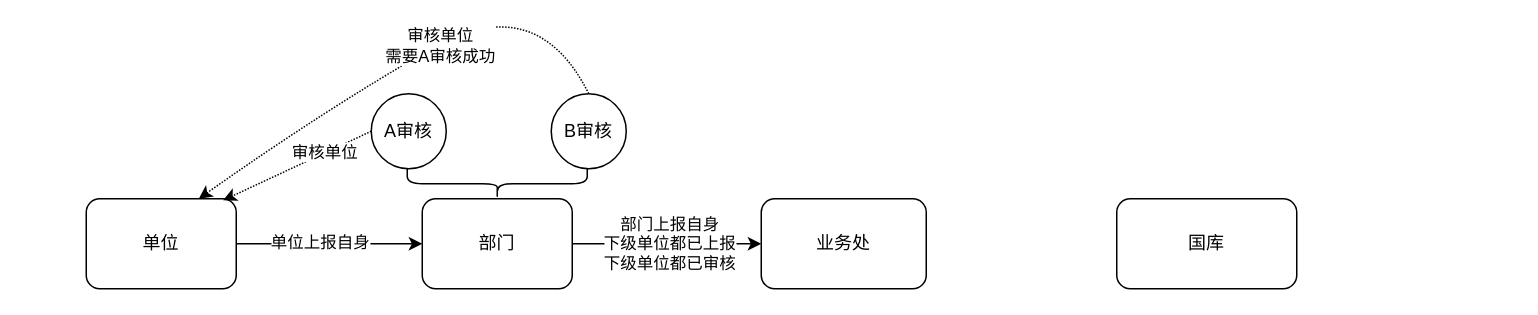
1148118271/images keeps this draw.io diagram as 普通审核.drawio. Above is the earlier version. Source tidied: cells renumbered, new cells numbered last; positions are measured from the earlier drawing's top-left corner, leaving out a move shared by most shapes. Both pictures are drawn from the tidied source at 150%, with x=0, y=0 at pixel (86, -12).
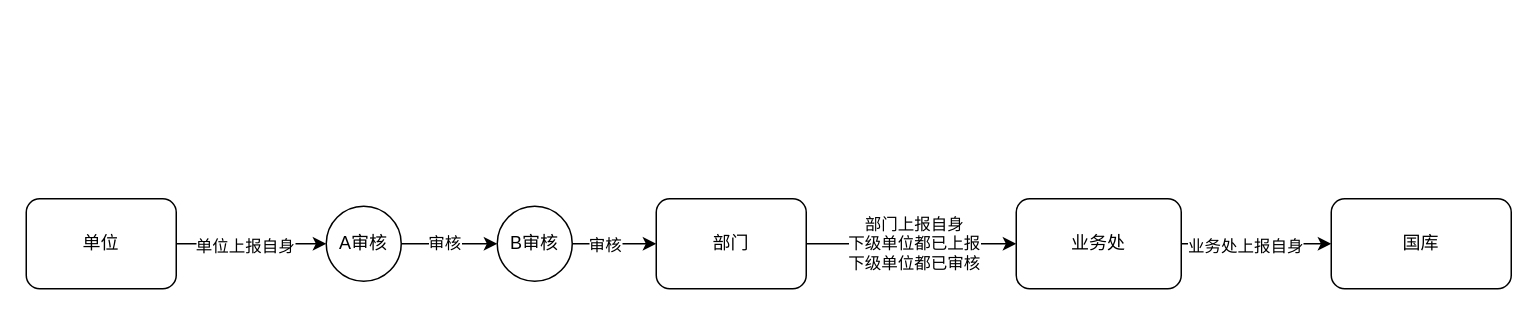
The same diagram, later.

Commit message:
更新普通审核.drawio

Diff of the diagram source:
```diff
@@
 <mxGraphModel>
   <root>
     <mxCell id="0" />
     <mxCell id="1" parent="0" />
+    <mxCell id="17" style="edgeStyle=orthogonalEdgeStyle;rounded=0;jettySize=auto;html=1;" parent="1" edge="1" source="2" target="6">
+      <mxGeometry relative="1" as="geometry" />
+    </mxCell>
+    <mxCell id="9" value="单位上报自身" style="edgeLabel;html=1;align=center;verticalAlign=middle;" parent="17" vertex="1">
+      <mxGeometry x="-0.1" y="-1" relative="1" as="geometry" />
+    </mxCell>
     <mxCell id="2" value="单位" style="rounded=1;whiteSpace=wrap;html=1;" parent="1" vertex="1">
-      <mxGeometry y="140" width="100" height="60" as="geometry" />
+      <mxGeometry x="-40" y="140" width="100" height="60" as="geometry" />
     </mxCell>
     <mxCell id="3" value="部门" style="rounded=1;whiteSpace=wrap;html=1;" parent="1" vertex="1">
-      <mxGeometry x="224" y="140" width="100" height="60" as="geometry" />
+      <mxGeometry x="380" y="140" width="100" height="60" as="geometry" />
     </mxCell>
     <mxCell id="4" value="业务处" style="rounded=1;whiteSpace=wrap;html=1;" parent="1" vertex="1">
-      <mxGeometry x="450" y="140" width="110" height="60" as="geometry" />
+      <mxGeometry x="620" y="140" width="110" height="60" as="geometry" />
     </mxCell>
     <mxCell id="5" value="国库" style="rounded=1;whiteSpace=wrap;html=1;" parent="1" vertex="1">
-      <mxGeometry x="687" y="140" width="120" height="60" as="geometry" />
+      <mxGeometry x="830" y="140" width="120" height="60" as="geometry" />
     </mxCell>
+    <mxCell id="18" style="edgeStyle=orthogonalEdgeStyle;rounded=0;jettySize=auto;html=1;" parent="1" edge="1" source="6" target="7">
+      <mxGeometry relative="1" as="geometry" />
+    </mxCell>
+    <mxCell id="19" value="审核" style="edgeLabel;html=1;align=center;verticalAlign=middle;" parent="18" vertex="1">
+      <mxGeometry x="-0.12" y="1" relative="1" as="geometry" />
+    </mxCell>
     <mxCell id="6" value="A审核" style="ellipse;whiteSpace=wrap;html=1;" parent="1" vertex="1">
-      <mxGeometry x="190" y="70" width="50" height="50" as="geometry" />
+      <mxGeometry x="160" y="145" width="50" height="50" as="geometry" />
     </mxCell>
+    <mxCell id="20" style="edgeStyle=orthogonalEdgeStyle;rounded=0;jettySize=auto;html=1;" parent="1" edge="1" source="7" target="3">
+      <mxGeometry relative="1" as="geometry" />
+    </mxCell>
+    <mxCell id="21" value="审核" style="edgeLabel;html=1;align=center;verticalAlign=middle;" parent="20" vertex="1">
+      <mxGeometry x="-0.26" relative="1" as="geometry" />
+    </mxCell>
     <mxCell id="7" value="B审核" style="ellipse;whiteSpace=wrap;html=1;" parent="1" vertex="1">
-      <mxGeometry x="310" y="70" width="50" height="50" as="geometry" />
+      <mxGeometry x="274" y="145" width="50" height="50" as="geometry" />
     </mxCell>
-    <mxCell id="8" style="endArrow=classic;html=1;rounded=0;exitX=1;exitY=0.5;exitDx=0;exitDy=0;entryX=0;entryY=0.5;entryDx=0;entryDy=0;" parent="1" edge="1" source="2" target="3">
-      <mxGeometry relative="1" as="geometry" />
-    </mxCell>
-    <mxCell id="9" value="单位上报自身" style="edgeLabel;html=1;align=center;verticalAlign=middle;" parent="8" vertex="1">
-      <mxGeometry x="-0.11" y="2" relative="1" as="geometry" />
-    </mxCell>
     <mxCell id="10" style="endArrow=classic;html=1;rounded=0;exitX=1;exitY=0.5;exitDx=0;exitDy=0;entryX=0;entryY=0.5;entryDx=0;entryDy=0;" parent="1" edge="1" source="3" target="4">
       <mxGeometry relative="1" as="geometry" />
     </mxCell>
     <mxCell id="11" value="部门上报自身&lt;div&gt;下级单位都已上报&lt;/div&gt;&lt;div&gt;下级单位都已审核&lt;/div&gt;" style="edgeLabel;html=1;align=center;verticalAlign=middle;" parent="10" vertex="1">
       <mxGeometry x="0.02" y="1" relative="1" as="geometry" />
     </mxCell>
-    <mxCell id="12" style="shape=curlyBracket;whiteSpace=wrap;html=1;rounded=1;flipH=1;labelPosition=right;verticalLabelPosition=middle;align=left;verticalAlign=middle;size=0.5;rotation=90;" parent="1" vertex="1">
-      <mxGeometry x="264" y="70" width="20" height="120" as="geometry" />
-    </mxCell>
-    <mxCell id="13" style="endArrow=classic;html=1;rounded=0;exitX=0;exitY=0.5;exitDx=0;exitDy=0;entryX=0.913;entryY=0.017;entryDx=0;entryDy=0;entryPerimeter=0;dashed=1;dashPattern=1 1;" parent="1" edge="1" source="6" target="2">
-      <mxGeometry relative="1" as="geometry" />
-    </mxCell>
-    <mxCell id="14" value="审核单位" style="edgeLabel;html=1;align=center;verticalAlign=middle;" parent="13" vertex="1">
-      <mxGeometry x="-0.38" y="-1" relative="1" as="geometry" />
-    </mxCell>
-    <mxCell id="15" style="curved=1;endArrow=classic;html=1;rounded=0;exitX=0.5;exitY=0;exitDx=0;exitDy=0;entryX=0.75;entryY=0;entryDx=0;entryDy=0;dashed=1;dashPattern=1 1;" parent="1" edge="1" source="7" target="2">
-      <mxGeometry relative="1" as="geometry">
-        <Array as="points">
-          <mxPoint x="300" />
-          <mxPoint x="160" y="80" />
-        </Array>
-      </mxGeometry>
-    </mxCell>
-    <mxCell id="16" value="审核单位&lt;div&gt;需要A审核成功&lt;/div&gt;" style="edgeLabel;html=1;align=center;verticalAlign=middle;" parent="15" vertex="1">
-      <mxGeometry x="-0.11" y="1" relative="1" as="geometry" />
-    </mxCell>
+    <mxCell id="22" style="endArrow=classic;html=1;rounded=0;entryX=0;entryY=0.5;entryDx=0;entryDy=0;exitX=1;exitY=0.5;exitDx=0;exitDy=0;" parent="1" edge="1" source="4" target="5">
+      <mxGeometry relative="1" as="geometry" />
+    </mxCell>
+    <mxCell id="23" value="业务处上报自身" style="edgeLabel;html=1;align=center;verticalAlign=middle;" parent="22" vertex="1">
+      <mxGeometry x="-0.17" y="-1" relative="1" as="geometry" />
+    </mxCell>
   </root>
 </mxGraphModel>
```
